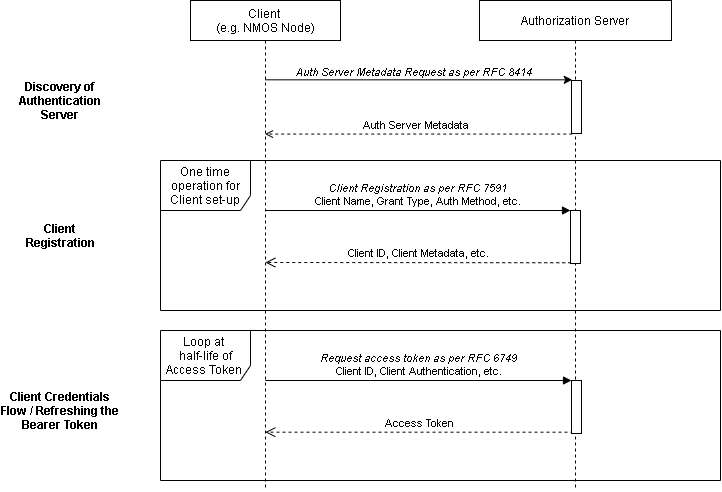
Earlier version of the draw.io export docs/images/client_credentials_flow.png (jonathan-r-thorpe/nmos-authorization-implementers-guide). Source tidied: cells renumbered, new cells last; positions are measured from the earlier drawing's top-left corner, leaving out a move shared by most shapes.
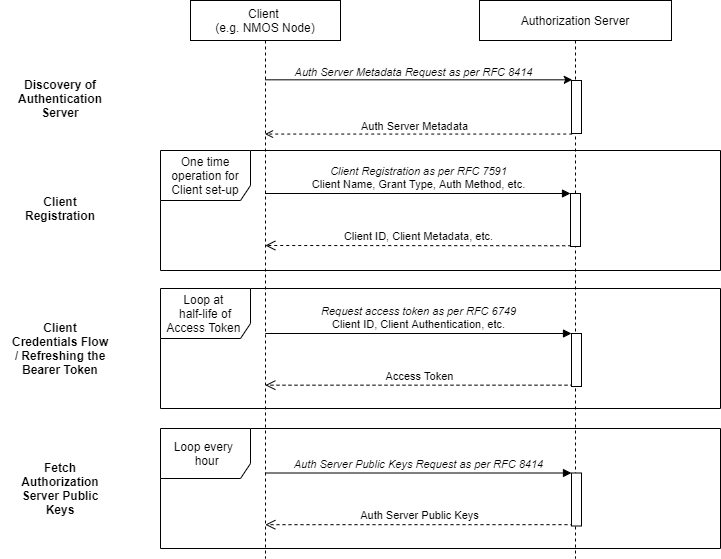
After the change.

Change to the diagram source:
```diff
@@ -3,39 +3,41 @@
     <mxCell id="0" />
     <mxCell id="1" parent="0" />
     <mxCell id="2" value="One time operation for Client set-up" style="shape=umlFrame;whiteSpace=wrap;html=1;width=90;height=50;" parent="1" vertex="1">
-      <mxGeometry x="160" y="160" width="560" height="150" as="geometry" />
+      <mxGeometry x="160" y="132" width="560" height="120" as="geometry" />
     </mxCell>
     <mxCell id="3" value="Authorization Server" style="shape=umlLifeline;perimeter=lifelinePerimeter;whiteSpace=wrap;html=1;" parent="1" vertex="1">
-      <mxGeometry x="479" width="192" height="490" as="geometry" />
+      <mxGeometry x="479" y="-18" width="192" height="558" as="geometry" />
     </mxCell>
-    <mxCell id="4" value="&lt;i&gt;Client Registration as per RFC 7591&lt;br&gt;&lt;/i&gt;Client Name, Grant Type, Auth Method, etc." style="html=1;verticalAlign=bottom;endArrow=block;entryX=0;entryY=0;" parent="1" edge="1" source="17" target="8">
-      <mxGeometry relative="1" as="geometry" />
+    <mxCell id="4" value="&lt;i&gt;Client Registration as per RFC 7591&lt;br&gt;&lt;/i&gt;Client Name, Grant Type, Auth Method, etc." style="html=1;verticalAlign=bottom;endArrow=block;entryX=0;entryY=0;" parent="1" edge="1" target="8">
+      <mxGeometry relative="1" as="geometry">
+        <mxPoint x="264.5" y="175" as="sourcePoint" />
+      </mxGeometry>
     </mxCell>
     <mxCell id="5" value="Client ID, Client Metadata, etc." style="html=1;verticalAlign=bottom;endArrow=open;dashed=1;endSize=8;exitX=0.076;exitY=0.986;exitDx=0;exitDy=0;exitPerimeter=0;" parent="1" edge="1" source="8">
       <mxGeometry relative="1" as="geometry">
-        <mxPoint x="264.8" y="262" as="targetPoint" />
+        <mxPoint x="264.8" y="227" as="targetPoint" />
       </mxGeometry>
     </mxCell>
     <mxCell id="6" value="Access Token" style="html=1;verticalAlign=bottom;endArrow=open;dashed=1;endSize=8;exitX=0.2;exitY=0.975;exitDx=0;exitDy=0;exitPerimeter=0;" parent="1" edge="1" source="9">
       <mxGeometry relative="1" as="geometry">
-        <mxPoint x="264.8" y="431.7" as="targetPoint" />
+        <mxPoint x="264.8" y="366.7" as="targetPoint" />
       </mxGeometry>
     </mxCell>
     <mxCell id="7" value="&lt;i&gt;Request access token as per RFC 6749&lt;/i&gt;&lt;br&gt;Client ID, Client Authentication, etc." style="html=1;verticalAlign=bottom;endArrow=block;entryX=0;entryY=0;" parent="1" edge="1" target="9">
       <mxGeometry relative="1" as="geometry">
-        <mxPoint x="264.8" y="380" as="sourcePoint" />
+        <mxPoint x="264.8" y="315" as="sourcePoint" />
       </mxGeometry>
     </mxCell>
     <mxCell id="8" style="html=1;points=[];perimeter=orthogonalPerimeter;" parent="1" vertex="1">
-      <mxGeometry x="570" y="210" width="10" height="53" as="geometry" />
+      <mxGeometry x="570" y="175" width="10" height="53" as="geometry" />
     </mxCell>
     <mxCell id="9" style="html=1;points=[];perimeter=orthogonalPerimeter;" parent="1" vertex="1">
-      <mxGeometry x="571" y="380" width="10" height="53" as="geometry" />
+      <mxGeometry x="571" y="315" width="10" height="53" as="geometry" />
     </mxCell>
     <mxCell id="10" style="endArrow=classic;html=1;" parent="1" edge="1">
       <mxGeometry relative="1" as="geometry">
-        <mxPoint x="264.5" y="79.3" as="sourcePoint" />
-        <mxPoint x="571.8" y="79.3" as="targetPoint" />
+        <mxPoint x="264.5" y="61.3" as="sourcePoint" />
+        <mxPoint x="571.8" y="61.3" as="targetPoint" />
       </mxGeometry>
     </mxCell>
     <mxCell id="11" value="&lt;i&gt;Auth Server Metadata Request as per RFC 8414&lt;/i&gt;" style="edgeLabel;html=1;align=center;verticalAlign=bottom;" parent="10" vertex="1">
@@ -45,8 +47,8 @@
     </mxCell>
     <mxCell id="12" style="endArrow=open;html=1;dashed=1;endFill=0;" parent="1" edge="1">
       <mxGeometry relative="1" as="geometry">
-        <mxPoint x="571.8" y="133.6" as="sourcePoint" />
-        <mxPoint x="264.5" y="133.6" as="targetPoint" />
+        <mxPoint x="571.8" y="115.6" as="sourcePoint" />
+        <mxPoint x="264.5" y="115.6" as="targetPoint" />
       </mxGeometry>
     </mxCell>
     <mxCell id="13" value="Auth Server Metadata" style="edgeLabel;html=1;align=center;verticalAlign=bottom;" parent="12" vertex="1">
@@ -55,22 +57,41 @@
       </mxGeometry>
     </mxCell>
     <mxCell id="14" value="&lt;b&gt;Discovery of Authentication Server&lt;/b&gt;" style="text;html=1;strokeColor=none;fillColor=none;align=center;verticalAlign=middle;whiteSpace=wrap;rounded=0;" parent="1" vertex="1">
-      <mxGeometry y="70" width="120" height="60" as="geometry" />
+      <mxGeometry y="40" width="120" height="80" as="geometry" />
     </mxCell>
     <mxCell id="15" value="&lt;b&gt;Client Registration&lt;/b&gt;" style="text;html=1;strokeColor=none;fillColor=none;align=center;verticalAlign=middle;whiteSpace=wrap;rounded=0;" parent="1" vertex="1">
-      <mxGeometry x="20" y="160" width="80" height="150" as="geometry" />
+      <mxGeometry x="20" y="130" width="80" height="120" as="geometry" />
     </mxCell>
     <mxCell id="16" value="&lt;b&gt;Client Credentials Flow / Refreshing the Bearer Token&lt;/b&gt;" style="text;html=1;strokeColor=none;fillColor=none;align=center;verticalAlign=middle;whiteSpace=wrap;rounded=0;" parent="1" vertex="1">
-      <mxGeometry y="370" width="120" height="80" as="geometry" />
+      <mxGeometry x="10" y="270" width="100" height="120" as="geometry" />
     </mxCell>
     <mxCell id="17" value="Client &lt;br&gt;(e.g. NMOS Node)" style="shape=umlLifeline;perimeter=lifelinePerimeter;whiteSpace=wrap;html=1;outlineConnect=0;" parent="1" vertex="1">
-      <mxGeometry x="190" width="150" height="490" as="geometry" />
+      <mxGeometry x="190" y="-18" width="150" height="558" as="geometry" />
     </mxCell>
     <mxCell id="18" style="html=1;perimeter=orthogonalPerimeter;" parent="1" vertex="1">
-      <mxGeometry x="571" y="80" width="10" height="53" as="geometry" />
+      <mxGeometry x="571" y="62" width="10" height="53" as="geometry" />
     </mxCell>
     <mxCell id="19" value="Loop at &lt;br&gt;half-life of Access Token&amp;nbsp;" style="shape=umlFrame;whiteSpace=wrap;html=1;width=90;height=50;" parent="1" vertex="1">
-      <mxGeometry x="160" y="330" width="560" height="150" as="geometry" />
+      <mxGeometry x="160" y="270" width="560" height="120" as="geometry" />
     </mxCell>
+    <mxCell id="20" value="Loop every&amp;nbsp;&lt;span style=&quot;color: rgba(0 , 0 , 0 , 0) ; font-family: monospace ; font-size: 0px&quot;&gt;%3CmxGraphModel%3E%3Croot%3E%3CmxCell%20id%3D%220%22%2F%3E%3CmxCell%20id%3D%221%22%20parent%3D%220%22%2F%3E%3CmxCell%20id%3D%222%22%20value%3D%22%22%20style%3D%22endArrow%3Dclassic%3Bhtml%3D1%3B%22%20edge%3D%221%22%20parent%3D%221%22%3E%3CmxGeometry%20width%3D%2250%22%20height%3D%2250%22%20relative%3D%221%22%20as%3D%22geometry%22%3E%3CmxPoint%20x%3D%22304.6666666666665%22%20y%3D%22159.31999999999994%22%20as%3D%22sourcePoint%22%2F%3E%3CmxPoint%20x%3D%22611.75%22%20y%3D%22159.31999999999994%22%20as%3D%22targetPoint%22%2F%3E%3C%2FmxGeometry%3E%3C%2FmxCell%3E%3CmxCell%20id%3D%223%22%20value%3D%22%26lt%3Bi%26gt%3BAuth%20Server%20Public%20keys%20Request%20as%20per%20RFC%208414%26lt%3B%2Fi%26gt%3B%22%20style%3D%22edgeLabel%3Bhtml%3D1%3Balign%3Dcenter%3BverticalAlign%3Dbottom%3Bresizable%3D0%3Bpoints%3D%5B%5D%3B%22%20vertex%3D%221%22%20connectable%3D%220%22%20parent%3D%222%22%3E%3CmxGeometry%20x%3D%220.1445%22%20y%3D%22-1%22%20relative%3D%221%22%20as%3D%22geometry%22%3E%3CmxPoint%20x%3D%22-28.17%22%20y%3D%220.019999999999999574%22%20as%3D%22offset%22%2F%3E%3C%2FmxGeometry%3E%3C%2FmxCell%3E%3CmxCell%20id%3D%224%22%20value%3D%22%22%20style%3D%22endArrow%3Dopen%3Bhtml%3D1%3Bdashed%3D1%3BendFill%3D0%3B%22%20edge%3D%221%22%20parent%3D%221%22%3E%3CmxGeometry%20width%3D%2250%22%20height%3D%2250%22%20relative%3D%221%22%20as%3D%22geometry%22%3E%3CmxPoint%20x%3D%22611%22%20y%3D%22212%22%20as%3D%22sourcePoint%22%2F%3E%3CmxPoint%20x%3D%22304.6666666666665%22%20y%3D%22212%22%20as%3D%22targetPoint%22%2F%3E%3C%2FmxGeometry%3E%3C%2FmxCell%3E%3CmxCell%20id%3D%225%22%20value%3D%22Auth%20Server%20Public%26amp%3Bnbsp%3B%20Keys%22%20style%3D%22edgeLabel%3Bhtml%3D1%3Balign%3Dcenter%3BverticalAlign%3Dbottom%3Bresizable%3D0%3Bpoints%3D%5B%5D%3B%22%20vertex%3D%221%22%20connectable%3D%220%22%20parent%3D%224%22%3E%3CmxGeometry%20x%3D%220.1555%22%20relative%3D%221%22%20as%3D%22geometry%22%3E%3CmxPoint%20x%3D%2219.739999999999995%22%20y%3D%22-0.009999999999999787%22%20as%3D%22offset%22%2F%3E%3C%2FmxGeometry%3E%3C%2FmxCell%3E%3CmxCell%20id%3D%226%22%20value%3D%22%22%20style%3D%22html%3D1%3Bpoints%3D%5B%5D%3Bperimeter%3DorthogonalPerimeter%3B%22%20vertex%3D%221%22%20parent%3D%221%22%3E%3CmxGeometry%20x%3D%22611%22%20y%3D%22160%22%20width%3D%2210%22%20height%3D%2253%22%20as%3D%22geometry%22%2F%3E%3C%2FmxCell%3E%3C%2Froot%3E%3C%2FmxGraphModel%3E&lt;/span&gt;&lt;br&gt;&amp;nbsp;hour" style="shape=umlFrame;whiteSpace=wrap;html=1;width=90;height=50;" parent="1" vertex="1">
+      <mxGeometry x="160" y="410" width="560" height="120" as="geometry" />
+    </mxCell>
+    <mxCell id="21" value="Auth Server Public Keys" style="html=1;verticalAlign=bottom;endArrow=open;dashed=1;endSize=8;exitX=0.2;exitY=0.975;exitDx=0;exitDy=0;exitPerimeter=0;" parent="1" edge="1" source="23">
+      <mxGeometry relative="1" as="geometry">
+        <mxPoint x="264.8" y="506.2" as="targetPoint" />
+      </mxGeometry>
+    </mxCell>
+    <mxCell id="22" value="&lt;i&gt;Auth Server Public Keys Request as per RFC 8414&lt;/i&gt;" style="html=1;verticalAlign=bottom;endArrow=block;entryX=0;entryY=0;" parent="1" edge="1" target="23">
+      <mxGeometry relative="1" as="geometry">
+        <mxPoint x="264.8" y="454.5" as="sourcePoint" />
+      </mxGeometry>
+    </mxCell>
+    <mxCell id="23" style="html=1;points=[];perimeter=orthogonalPerimeter;" parent="1" vertex="1">
+      <mxGeometry x="571" y="454.5" width="10" height="53" as="geometry" />
+    </mxCell>
+    <mxCell id="24" value="&lt;b&gt;Fetch Authorization Server Public Keys&lt;/b&gt;" style="text;html=1;strokeColor=none;fillColor=none;align=center;verticalAlign=middle;whiteSpace=wrap;rounded=0;" parent="1" vertex="1">
+      <mxGeometry x="10" y="410" width="100" height="120" as="geometry" />
+    </mxCell>
   </root>
 </mxGraphModel>
```
